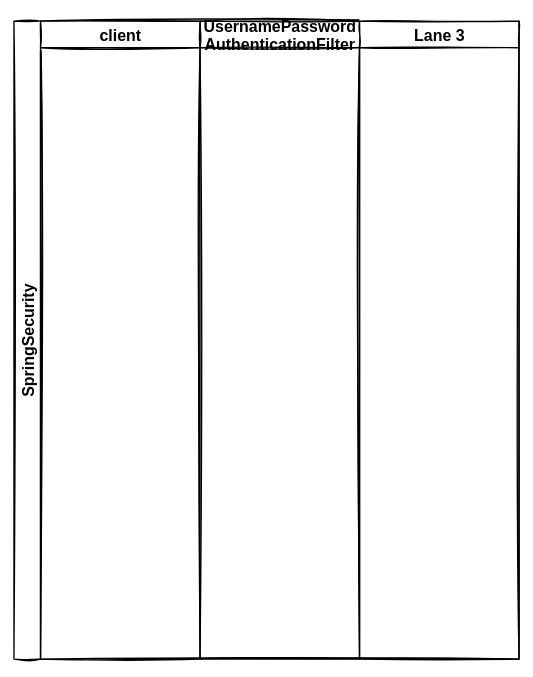
Before: Framework/Springboot/Untitled Diagram.svg, a diagram exported from draw.io (justin4v/ZettelNotes). Source tidied: cells renumbered, new cells last; positions are measured from the earlier drawing's top-left corner, leaving out a move shared by most shapes.
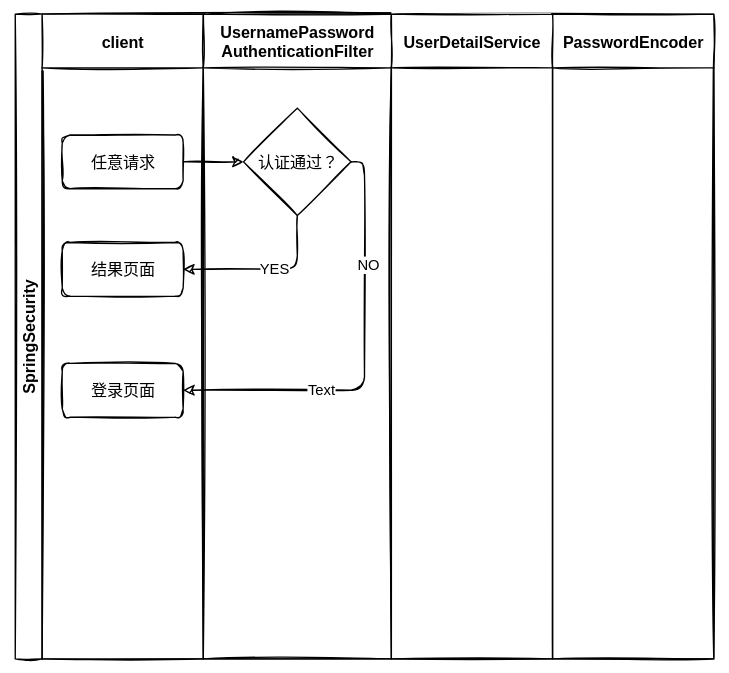
The same diagram one commit later.

What changed in the source:
```diff
@@ -3,16 +3,49 @@
     <mxCell id="0" />
     <mxCell id="1" parent="0" />
     <mxCell id="2" value="SpringSecurity" style="swimlane;startSize=20;horizontal=0;" parent="1" vertex="1">
-      <mxGeometry width="380" height="480" as="geometry" />
+      <mxGeometry width="520" height="480" as="geometry" />
     </mxCell>
-    <mxCell id="3" value="client" style="swimlane;startSize=20;" parent="2" vertex="1">
+    <mxCell id="3" value="client" style="swimlane;startSize=40;" parent="2" vertex="1">
       <mxGeometry x="20" width="120" height="480" as="geometry" />
     </mxCell>
+    <mxCell id="6" value="任意请求" style="rounded=1;whiteSpace=wrap;html=1;" parent="3" vertex="1">
+      <mxGeometry x="15" y="90" width="90" height="40" as="geometry" />
+    </mxCell>
+    <mxCell id="7" value="结果页面" style="rounded=1;whiteSpace=wrap;html=1;" parent="3" vertex="1">
+      <mxGeometry x="15" y="170" width="90" height="40" as="geometry" />
+    </mxCell>
+    <mxCell id="8" value="登录页面" style="rounded=1;whiteSpace=wrap;html=1;" parent="3" vertex="1">
+      <mxGeometry x="15" y="260" width="90" height="40" as="geometry" />
+    </mxCell>
-    <mxCell id="4" value="UsernamePassword&#10;AuthenticationFilter" style="swimlane;startSize=20;" parent="2" vertex="1">
-      <mxGeometry x="140" width="120" height="480" as="geometry" />
+    <mxCell id="4" value="UsernamePassword&#10;AuthenticationFilter" style="swimlane;startSize=40;" parent="2" vertex="1">
+      <mxGeometry x="140" width="140" height="480" as="geometry" />
     </mxCell>
+    <mxCell id="9" value="认证通过？" style="rhombus;whiteSpace=wrap;html=1;" parent="4" vertex="1">
+      <mxGeometry x="30" y="70" width="80" height="80" as="geometry" />
+    </mxCell>
-    <mxCell id="5" value="Lane 3" style="swimlane;startSize=20;" parent="2" vertex="1">
-      <mxGeometry x="260" width="120" height="480" as="geometry" />
+    <mxCell id="5" value="UserDetailService" style="swimlane;startSize=40;" parent="2" vertex="1">
+      <mxGeometry x="280" width="120" height="480" as="geometry" />
     </mxCell>
+    <mxCell id="10" value="PasswordEncoder" style="swimlane;startSize=40;" parent="2" vertex="1">
+      <mxGeometry x="400" width="120" height="480" as="geometry" />
+    </mxCell>
+    <mxCell id="11" style="edgeStyle=none;html=1;" parent="2" edge="1" source="6" target="9">
+      <mxGeometry relative="1" as="geometry" />
+    </mxCell>
+    <mxCell id="12" style="edgeStyle=orthogonalEdgeStyle;html=1;exitX=0.5;exitY=1;exitDx=0;exitDy=0;entryX=1;entryY=0.5;entryDx=0;entryDy=0;" parent="2" edge="1" source="9" target="7">
+      <mxGeometry relative="1" as="geometry" />
+    </mxCell>
+    <mxCell id="13" value="YES" style="edgeLabel;html=1;align=center;verticalAlign=middle;" parent="12" vertex="1">
+      <mxGeometry x="-0.06" y="-1" relative="1" as="geometry" />
+    </mxCell>
+    <mxCell id="14" style="edgeStyle=orthogonalEdgeStyle;html=1;exitX=1;exitY=0.5;exitDx=0;exitDy=0;entryX=1;entryY=0.5;entryDx=0;entryDy=0;" parent="2" edge="1" source="9" target="8">
+      <mxGeometry relative="1" as="geometry" />
+    </mxCell>
+    <mxCell id="15" value="NO" style="edgeLabel;html=1;align=center;verticalAlign=middle;" parent="14" vertex="1">
+      <mxGeometry x="-0.45" y="2" relative="1" as="geometry" />
+    </mxCell>
+    <mxCell id="16" value="Text" style="edgeLabel;html=1;align=center;verticalAlign=middle;" parent="14" vertex="1">
+      <mxGeometry x="0.35" y="-1" relative="1" as="geometry" />
+    </mxCell>
   </root>
 </mxGraphModel>
```
